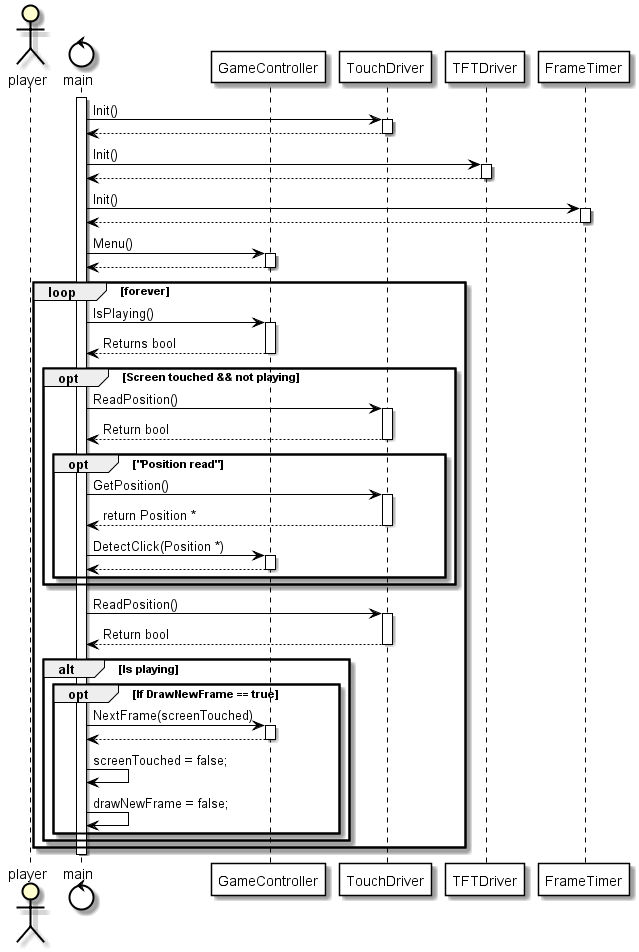
Above: Projekt/diagrams/out/Main/Main.png in Valdemartt/AMS (PlantUML), before the change.
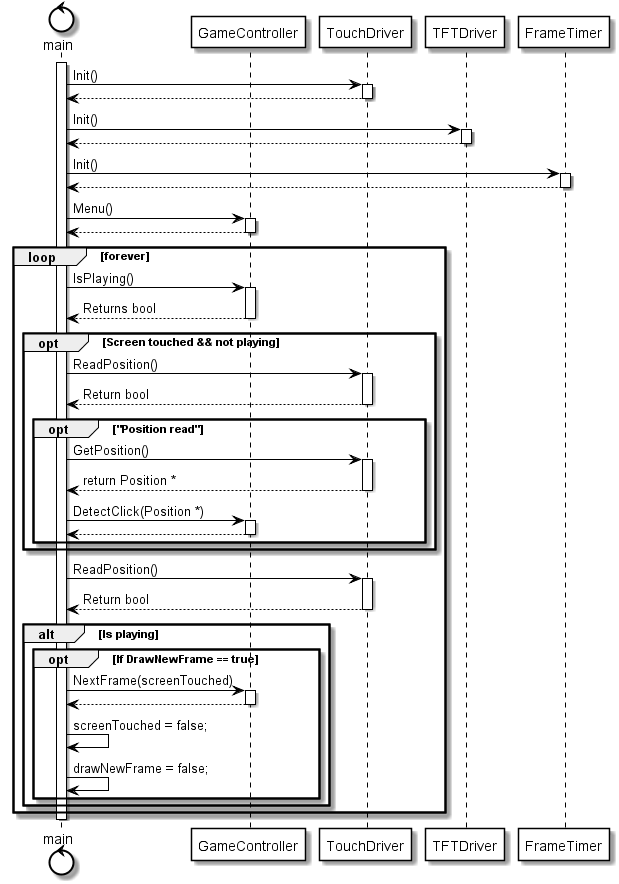
After the change.

What changed in the source:
```diff
@@ -17,7 +17,6 @@
     BorderColor Black
     BackgroundColor White
 }
-actor player
 control main
 participant GameController
 participant TouchDriver
```
